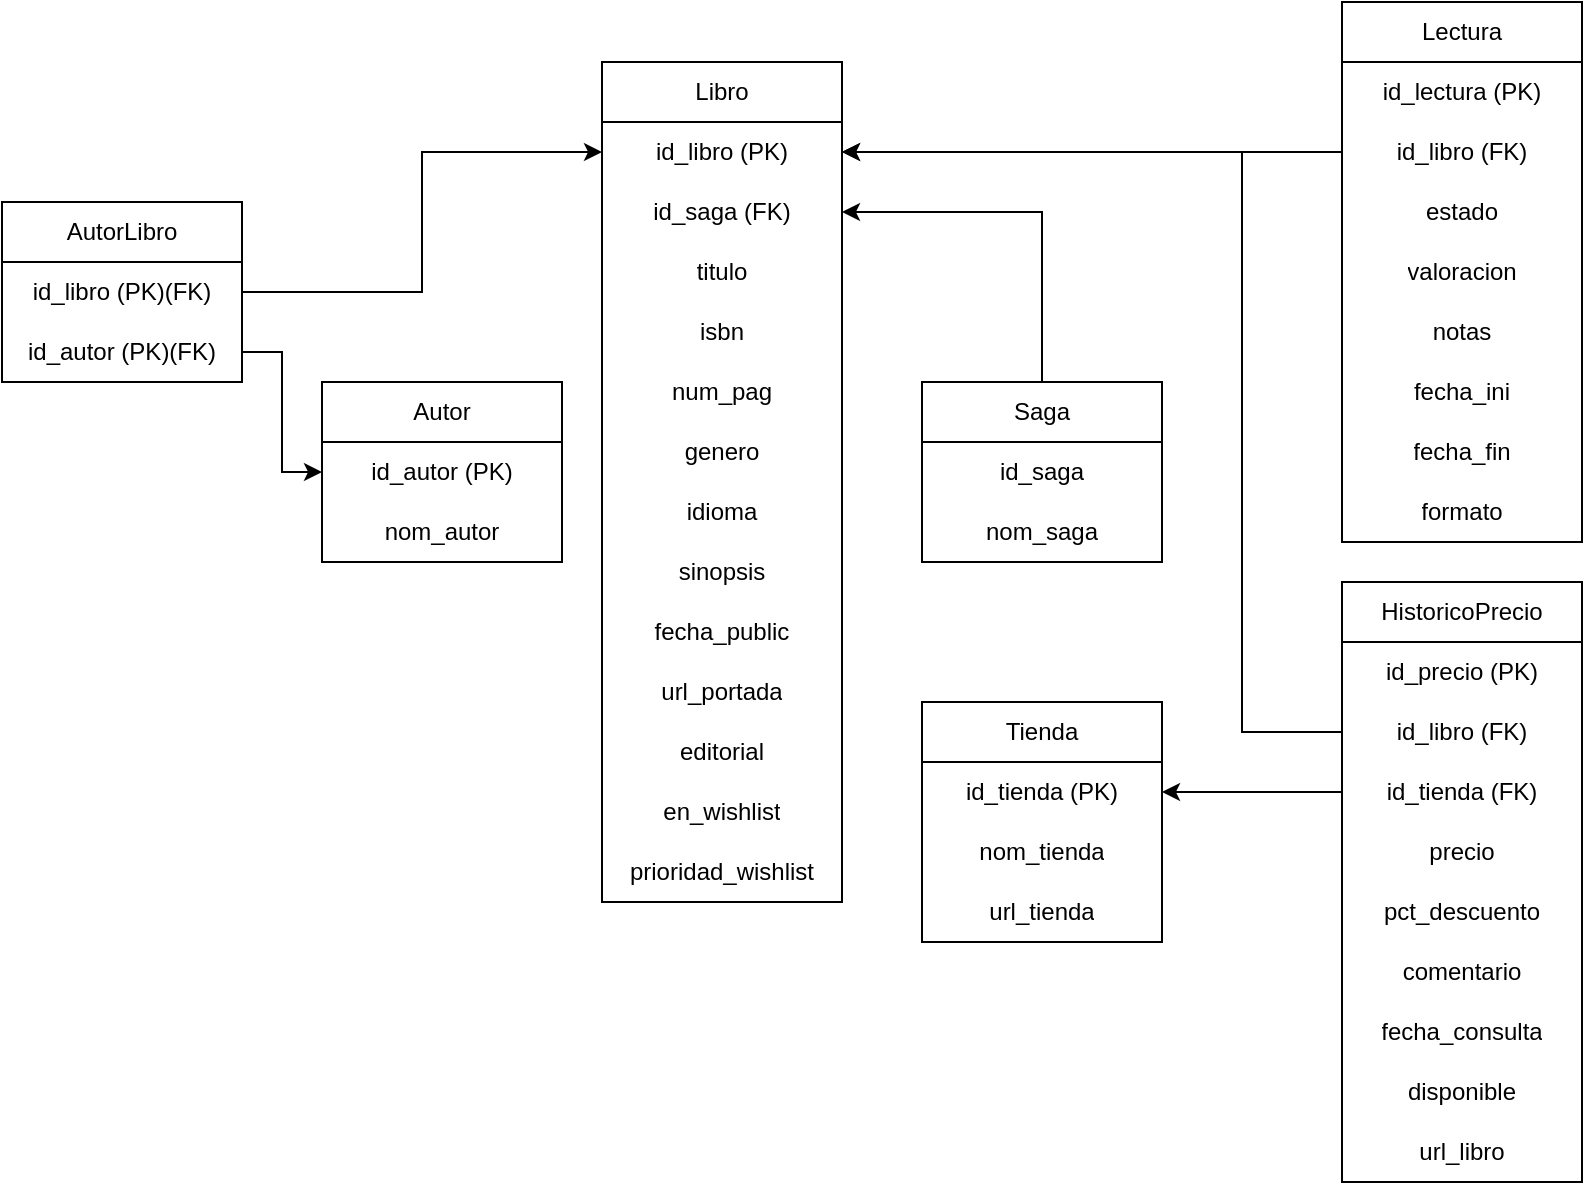
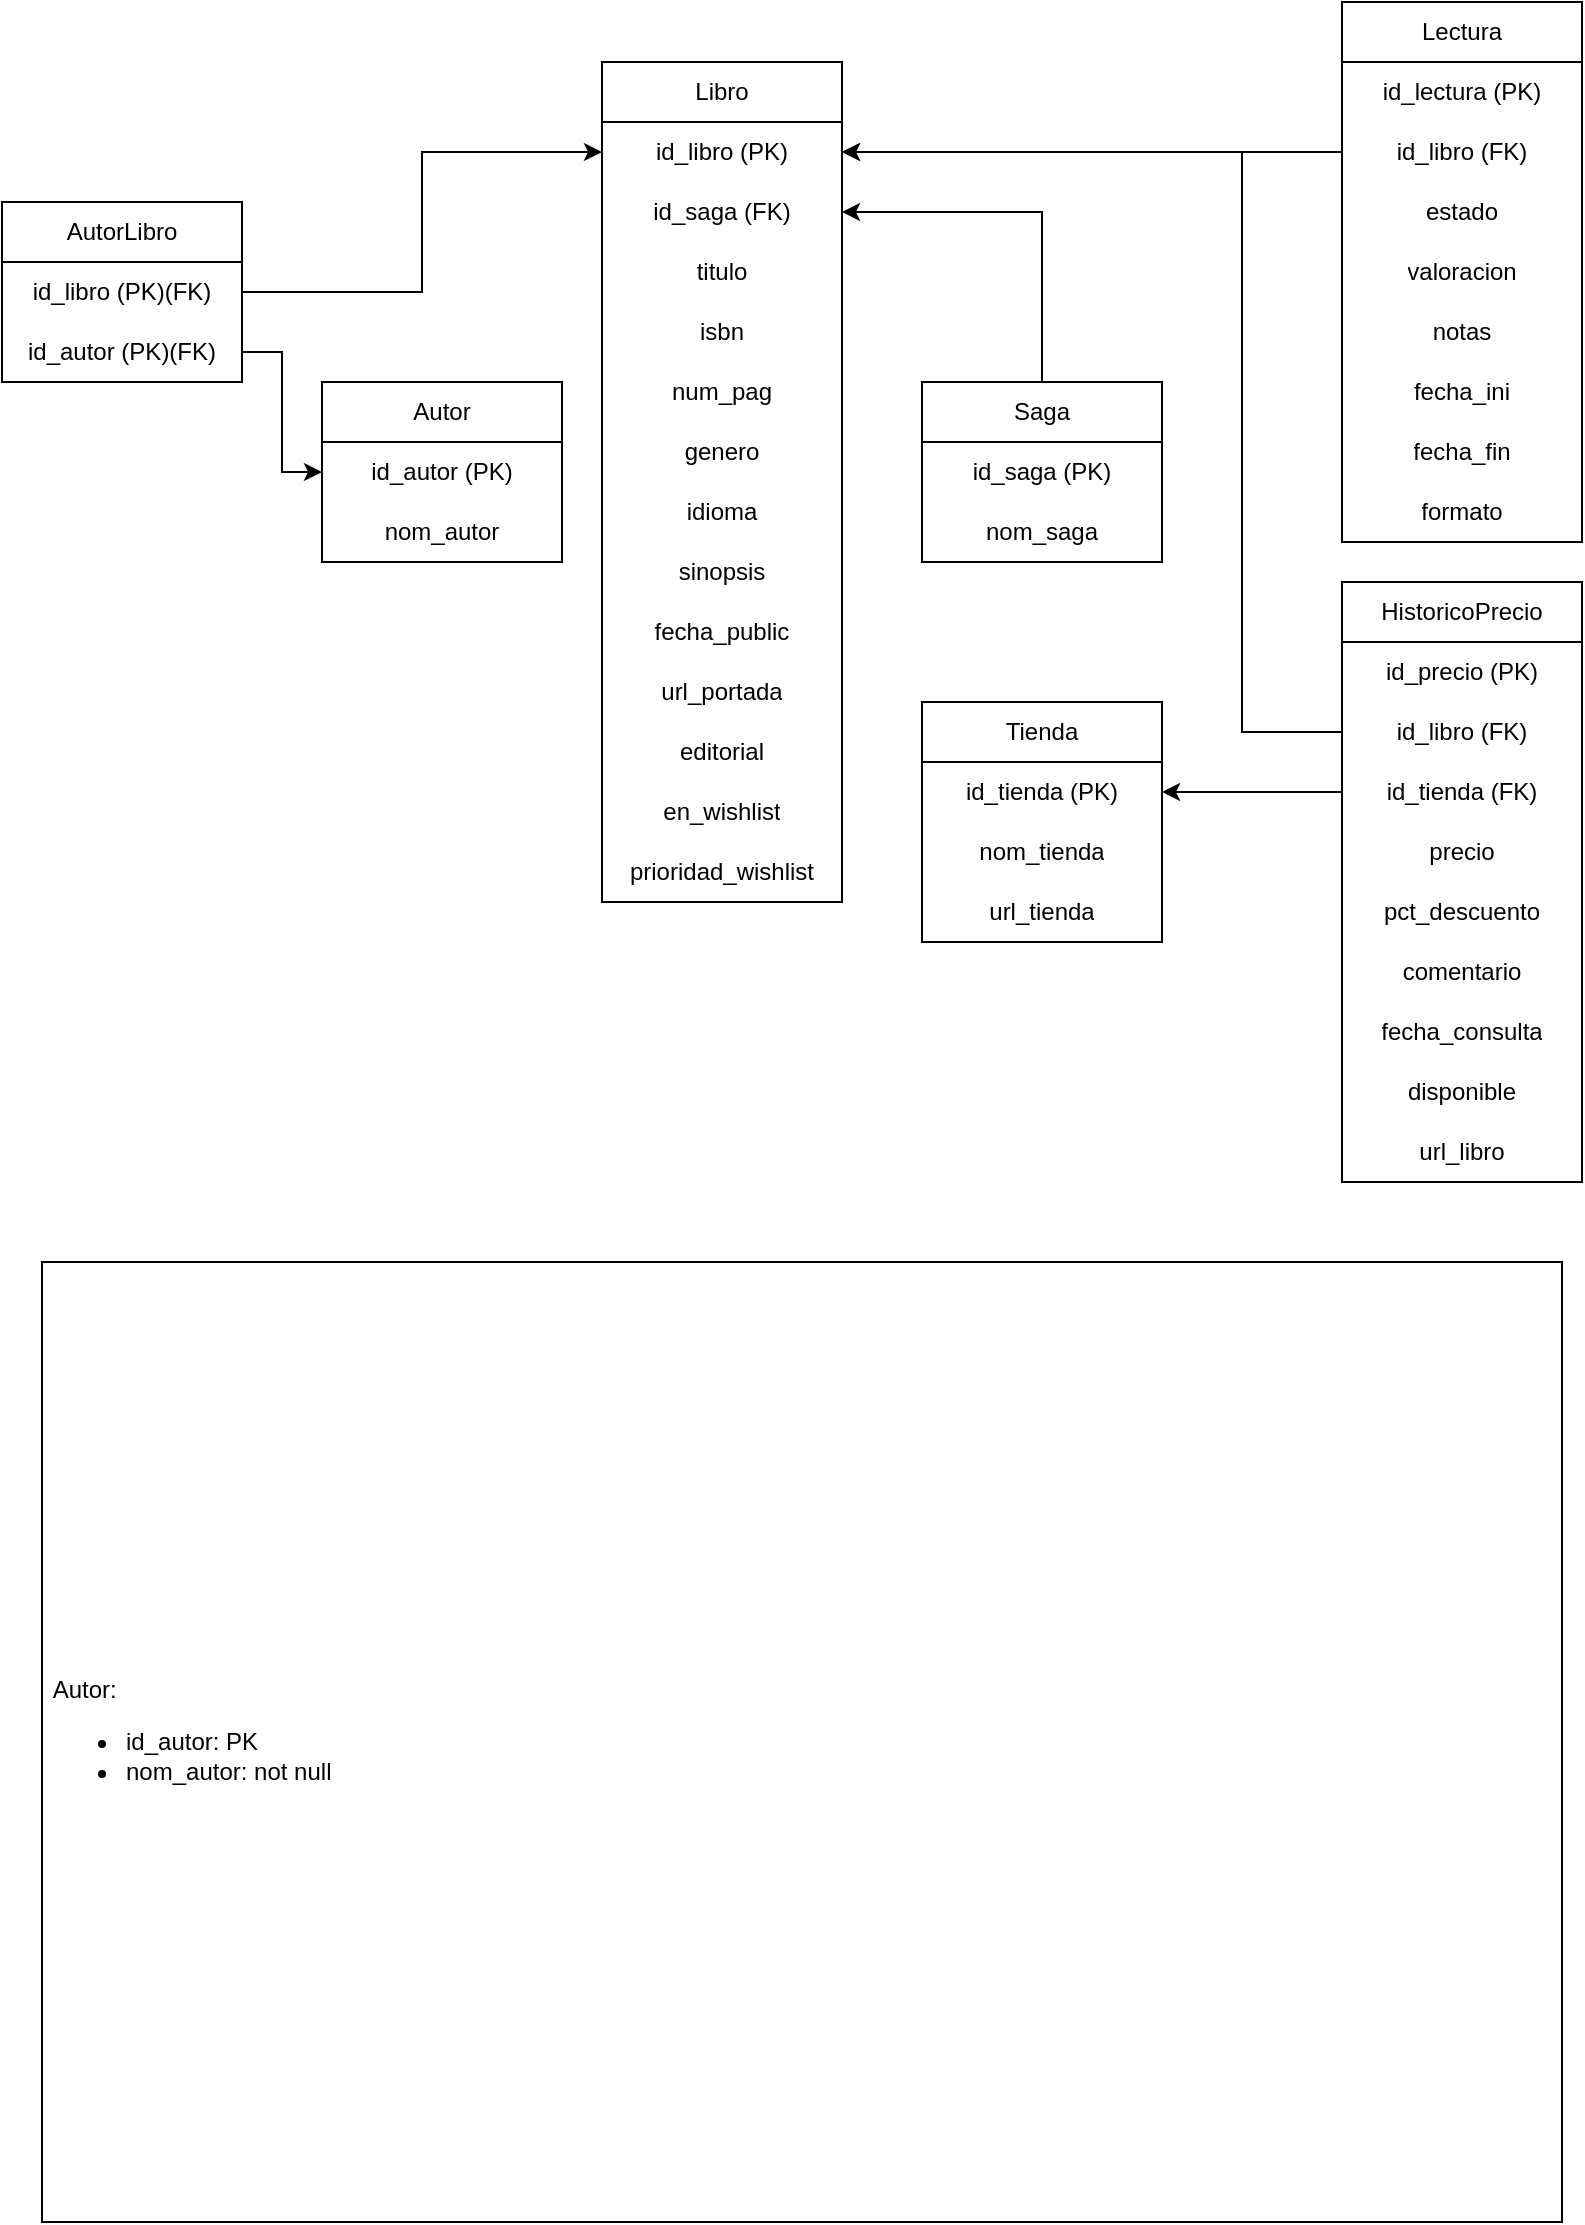
<mxfile host="app.diagrams.net">
  <diagram name="Page-1" id="43clveSkA00BWzA2pZKT">
    <mxGraphModel dx="1414" dy="777" grid="1" gridSize="10" guides="1" tooltips="1" connect="1" arrows="1" fold="1" page="1" pageScale="1" pageWidth="827" pageHeight="1169" math="0" shadow="0">
      <root>
        <mxCell id="0" />
        <mxCell id="1" parent="0" />
        <mxCell id="ughanFrk9LF8G0aV5Lb7-1" parent="1" style="swimlane;fontStyle=0;childLayout=stackLayout;horizontal=1;startSize=30;horizontalStack=0;resizeParent=1;resizeParentMax=0;resizeLast=0;collapsible=1;marginBottom=0;whiteSpace=wrap;html=1;" value="Libro" vertex="1">
          <mxGeometry height="420" width="120" x="320" y="40" as="geometry" />
        </mxCell>
        <mxCell id="ughanFrk9LF8G0aV5Lb7-6" parent="ughanFrk9LF8G0aV5Lb7-1" style="text;strokeColor=none;fillColor=none;align=center;verticalAlign=middle;spacingLeft=4;spacingRight=4;overflow=hidden;points=[[0,0.5],[1,0.5]];portConstraint=eastwest;rotatable=0;whiteSpace=wrap;html=1;" value="id_libro (PK)" vertex="1">
          <mxGeometry height="30" width="120" y="30" as="geometry" />
        </mxCell>
        <mxCell id="ughanFrk9LF8G0aV5Lb7-47" parent="ughanFrk9LF8G0aV5Lb7-1" style="text;strokeColor=none;fillColor=none;align=center;verticalAlign=middle;spacingLeft=4;spacingRight=4;overflow=hidden;points=[[0,0.5],[1,0.5]];portConstraint=eastwest;rotatable=0;whiteSpace=wrap;html=1;" value="id_saga (FK)" vertex="1">
          <mxGeometry height="30" width="120" y="60" as="geometry" />
        </mxCell>
        <mxCell id="ughanFrk9LF8G0aV5Lb7-7" parent="ughanFrk9LF8G0aV5Lb7-1" style="text;strokeColor=none;fillColor=none;align=center;verticalAlign=middle;spacingLeft=4;spacingRight=4;overflow=hidden;points=[[0,0.5],[1,0.5]];portConstraint=eastwest;rotatable=0;whiteSpace=wrap;html=1;" value="titulo" vertex="1">
          <mxGeometry height="30" width="120" y="90" as="geometry" />
        </mxCell>
        <mxCell id="ughanFrk9LF8G0aV5Lb7-8" parent="ughanFrk9LF8G0aV5Lb7-1" style="text;strokeColor=none;fillColor=none;align=center;verticalAlign=middle;spacingLeft=4;spacingRight=4;overflow=hidden;points=[[0,0.5],[1,0.5]];portConstraint=eastwest;rotatable=0;whiteSpace=wrap;html=1;" value="isbn" vertex="1">
          <mxGeometry height="30" width="120" y="120" as="geometry" />
        </mxCell>
        <mxCell id="ughanFrk9LF8G0aV5Lb7-9" parent="ughanFrk9LF8G0aV5Lb7-1" style="text;strokeColor=none;fillColor=none;align=center;verticalAlign=middle;spacingLeft=4;spacingRight=4;overflow=hidden;points=[[0,0.5],[1,0.5]];portConstraint=eastwest;rotatable=0;whiteSpace=wrap;html=1;" value="num_pag" vertex="1">
          <mxGeometry height="30" width="120" y="150" as="geometry" />
        </mxCell>
        <mxCell id="ughanFrk9LF8G0aV5Lb7-10" parent="ughanFrk9LF8G0aV5Lb7-1" style="text;strokeColor=none;fillColor=none;align=center;verticalAlign=middle;spacingLeft=4;spacingRight=4;overflow=hidden;points=[[0,0.5],[1,0.5]];portConstraint=eastwest;rotatable=0;whiteSpace=wrap;html=1;" value="genero" vertex="1">
          <mxGeometry height="30" width="120" y="180" as="geometry" />
        </mxCell>
        <mxCell id="ughanFrk9LF8G0aV5Lb7-11" parent="ughanFrk9LF8G0aV5Lb7-1" style="text;strokeColor=none;fillColor=none;align=center;verticalAlign=middle;spacingLeft=4;spacingRight=4;overflow=hidden;points=[[0,0.5],[1,0.5]];portConstraint=eastwest;rotatable=0;whiteSpace=wrap;html=1;" value="idioma" vertex="1">
          <mxGeometry height="30" width="120" y="210" as="geometry" />
        </mxCell>
        <mxCell id="ughanFrk9LF8G0aV5Lb7-12" parent="ughanFrk9LF8G0aV5Lb7-1" style="text;strokeColor=none;fillColor=none;align=center;verticalAlign=middle;spacingLeft=4;spacingRight=4;overflow=hidden;points=[[0,0.5],[1,0.5]];portConstraint=eastwest;rotatable=0;whiteSpace=wrap;html=1;" value="sinopsis" vertex="1">
          <mxGeometry height="30" width="120" y="240" as="geometry" />
        </mxCell>
        <mxCell id="ughanFrk9LF8G0aV5Lb7-13" parent="ughanFrk9LF8G0aV5Lb7-1" style="text;strokeColor=none;fillColor=none;align=center;verticalAlign=middle;spacingLeft=4;spacingRight=4;overflow=hidden;points=[[0,0.5],[1,0.5]];portConstraint=eastwest;rotatable=0;whiteSpace=wrap;html=1;" value="fecha_public" vertex="1">
          <mxGeometry height="30" width="120" y="270" as="geometry" />
        </mxCell>
        <mxCell id="ughanFrk9LF8G0aV5Lb7-14" parent="ughanFrk9LF8G0aV5Lb7-1" style="text;strokeColor=none;fillColor=none;align=center;verticalAlign=middle;spacingLeft=4;spacingRight=4;overflow=hidden;points=[[0,0.5],[1,0.5]];portConstraint=eastwest;rotatable=0;whiteSpace=wrap;html=1;" value="url_portada" vertex="1">
          <mxGeometry height="30" width="120" y="300" as="geometry" />
        </mxCell>
        <mxCell id="ughanFrk9LF8G0aV5Lb7-5" parent="ughanFrk9LF8G0aV5Lb7-1" style="text;strokeColor=none;fillColor=none;align=center;verticalAlign=middle;spacingLeft=4;spacingRight=4;overflow=hidden;points=[[0,0.5],[1,0.5]];portConstraint=eastwest;rotatable=0;whiteSpace=wrap;html=1;" value="editorial" vertex="1">
          <mxGeometry height="30" width="120" y="330" as="geometry" />
        </mxCell>
        <mxCell id="ughanFrk9LF8G0aV5Lb7-3" parent="ughanFrk9LF8G0aV5Lb7-1" style="text;strokeColor=none;fillColor=none;align=center;verticalAlign=middle;spacingLeft=4;spacingRight=4;overflow=hidden;points=[[0,0.5],[1,0.5]];portConstraint=eastwest;rotatable=0;whiteSpace=wrap;html=1;" value="en_wishlist" vertex="1">
          <mxGeometry height="30" width="120" y="360" as="geometry" />
        </mxCell>
        <mxCell id="ughanFrk9LF8G0aV5Lb7-4" parent="ughanFrk9LF8G0aV5Lb7-1" style="text;strokeColor=none;fillColor=none;align=center;verticalAlign=middle;spacingLeft=4;spacingRight=4;overflow=hidden;points=[[0,0.5],[1,0.5]];portConstraint=eastwest;rotatable=0;whiteSpace=wrap;html=1;" value="prioridad_wishlist" vertex="1">
          <mxGeometry height="30" width="120" y="390" as="geometry" />
        </mxCell>
        <mxCell id="ughanFrk9LF8G0aV5Lb7-49" edge="1" parent="1" source="ughanFrk9LF8G0aV5Lb7-15" style="edgeStyle=orthogonalEdgeStyle;rounded=0;orthogonalLoop=1;jettySize=auto;html=1;" target="ughanFrk9LF8G0aV5Lb7-47">
          <mxGeometry relative="1" as="geometry" />
        </mxCell>
        <mxCell id="ughanFrk9LF8G0aV5Lb7-15" parent="1" style="swimlane;fontStyle=0;childLayout=stackLayout;horizontal=1;startSize=30;horizontalStack=0;resizeParent=1;resizeParentMax=0;resizeLast=0;collapsible=1;marginBottom=0;whiteSpace=wrap;html=1;" value="Saga" vertex="1">
          <mxGeometry height="90" width="120" x="480" y="200" as="geometry" />
        </mxCell>
-         <mxCell id="ughanFrk9LF8G0aV5Lb7-16" parent="ughanFrk9LF8G0aV5Lb7-15" style="text;strokeColor=none;fillColor=none;align=center;verticalAlign=middle;spacingLeft=4;spacingRight=4;overflow=hidden;points=[[0,0.5],[1,0.5]];portConstraint=eastwest;rotatable=0;whiteSpace=wrap;html=1;" value="id_saga" vertex="1">
+         <mxCell id="ughanFrk9LF8G0aV5Lb7-16" parent="ughanFrk9LF8G0aV5Lb7-15" style="text;strokeColor=none;fillColor=none;align=center;verticalAlign=middle;spacingLeft=4;spacingRight=4;overflow=hidden;points=[[0,0.5],[1,0.5]];portConstraint=eastwest;rotatable=0;whiteSpace=wrap;html=1;" value="id_saga (PK)" vertex="1">
          <mxGeometry height="30" width="120" y="30" as="geometry" />
        </mxCell>
        <mxCell id="ughanFrk9LF8G0aV5Lb7-17" parent="ughanFrk9LF8G0aV5Lb7-15" style="text;strokeColor=none;fillColor=none;align=center;verticalAlign=middle;spacingLeft=4;spacingRight=4;overflow=hidden;points=[[0,0.5],[1,0.5]];portConstraint=eastwest;rotatable=0;whiteSpace=wrap;html=1;" value="nom_saga" vertex="1">
          <mxGeometry height="30" width="120" y="60" as="geometry" />
        </mxCell>
        <mxCell id="ughanFrk9LF8G0aV5Lb7-21" parent="1" style="swimlane;fontStyle=0;childLayout=stackLayout;horizontal=1;startSize=30;horizontalStack=0;resizeParent=1;resizeParentMax=0;resizeLast=0;collapsible=1;marginBottom=0;whiteSpace=wrap;html=1;" value="Autor" vertex="1">
          <mxGeometry height="90" width="120" x="180" y="200" as="geometry" />
        </mxCell>
        <mxCell id="ughanFrk9LF8G0aV5Lb7-22" parent="ughanFrk9LF8G0aV5Lb7-21" style="text;strokeColor=none;fillColor=none;align=center;verticalAlign=middle;spacingLeft=4;spacingRight=4;overflow=hidden;points=[[0,0.5],[1,0.5]];portConstraint=eastwest;rotatable=0;whiteSpace=wrap;html=1;" value="id_autor (PK)" vertex="1">
          <mxGeometry height="30" width="120" y="30" as="geometry" />
        </mxCell>
        <mxCell id="ughanFrk9LF8G0aV5Lb7-23" parent="ughanFrk9LF8G0aV5Lb7-21" style="text;strokeColor=none;fillColor=none;align=center;verticalAlign=middle;spacingLeft=4;spacingRight=4;overflow=hidden;points=[[0,0.5],[1,0.5]];portConstraint=eastwest;rotatable=0;whiteSpace=wrap;html=1;" value="nom_autor" vertex="1">
          <mxGeometry height="30" width="120" y="60" as="geometry" />
        </mxCell>
        <mxCell id="ughanFrk9LF8G0aV5Lb7-24" parent="1" style="swimlane;fontStyle=0;childLayout=stackLayout;horizontal=1;startSize=30;horizontalStack=0;resizeParent=1;resizeParentMax=0;resizeLast=0;collapsible=1;marginBottom=0;whiteSpace=wrap;html=1;" value="Lectura" vertex="1">
          <mxGeometry height="270" width="120" x="690" y="10" as="geometry" />
        </mxCell>
        <mxCell id="ughanFrk9LF8G0aV5Lb7-25" parent="ughanFrk9LF8G0aV5Lb7-24" style="text;strokeColor=none;fillColor=none;align=center;verticalAlign=middle;spacingLeft=4;spacingRight=4;overflow=hidden;points=[[0,0.5],[1,0.5]];portConstraint=eastwest;rotatable=0;whiteSpace=wrap;html=1;" value="id_lectura (PK)" vertex="1">
          <mxGeometry height="30" width="120" y="30" as="geometry" />
        </mxCell>
        <mxCell id="ughanFrk9LF8G0aV5Lb7-52" parent="ughanFrk9LF8G0aV5Lb7-24" style="text;strokeColor=none;fillColor=none;align=center;verticalAlign=middle;spacingLeft=4;spacingRight=4;overflow=hidden;points=[[0,0.5],[1,0.5]];portConstraint=eastwest;rotatable=0;whiteSpace=wrap;html=1;" value="id_libro (FK)" vertex="1">
          <mxGeometry height="30" width="120" y="60" as="geometry" />
        </mxCell>
        <mxCell id="ughanFrk9LF8G0aV5Lb7-69" parent="ughanFrk9LF8G0aV5Lb7-24" style="text;strokeColor=none;fillColor=none;align=center;verticalAlign=middle;spacingLeft=4;spacingRight=4;overflow=hidden;points=[[0,0.5],[1,0.5]];portConstraint=eastwest;rotatable=0;whiteSpace=wrap;html=1;" value="estado" vertex="1">
          <mxGeometry height="30" width="120" y="90" as="geometry" />
        </mxCell>
        <mxCell id="ughanFrk9LF8G0aV5Lb7-26" parent="ughanFrk9LF8G0aV5Lb7-24" style="text;strokeColor=none;fillColor=none;align=center;verticalAlign=middle;spacingLeft=4;spacingRight=4;overflow=hidden;points=[[0,0.5],[1,0.5]];portConstraint=eastwest;rotatable=0;whiteSpace=wrap;html=1;" value="valoracion" vertex="1">
          <mxGeometry height="30" width="120" y="120" as="geometry" />
        </mxCell>
        <mxCell id="ughanFrk9LF8G0aV5Lb7-30" parent="ughanFrk9LF8G0aV5Lb7-24" style="text;strokeColor=none;fillColor=none;align=center;verticalAlign=middle;spacingLeft=4;spacingRight=4;overflow=hidden;points=[[0,0.5],[1,0.5]];portConstraint=eastwest;rotatable=0;whiteSpace=wrap;html=1;" value="notas" vertex="1">
          <mxGeometry height="30" width="120" y="150" as="geometry" />
        </mxCell>
        <mxCell id="ughanFrk9LF8G0aV5Lb7-29" parent="ughanFrk9LF8G0aV5Lb7-24" style="text;strokeColor=none;fillColor=none;align=center;verticalAlign=middle;spacingLeft=4;spacingRight=4;overflow=hidden;points=[[0,0.5],[1,0.5]];portConstraint=eastwest;rotatable=0;whiteSpace=wrap;html=1;" value="fecha_ini" vertex="1">
          <mxGeometry height="30" width="120" y="180" as="geometry" />
        </mxCell>
        <mxCell id="ughanFrk9LF8G0aV5Lb7-28" parent="ughanFrk9LF8G0aV5Lb7-24" style="text;strokeColor=none;fillColor=none;align=center;verticalAlign=middle;spacingLeft=4;spacingRight=4;overflow=hidden;points=[[0,0.5],[1,0.5]];portConstraint=eastwest;rotatable=0;whiteSpace=wrap;html=1;" value="fecha_fin" vertex="1">
          <mxGeometry height="30" width="120" y="210" as="geometry" />
        </mxCell>
        <mxCell id="ughanFrk9LF8G0aV5Lb7-27" parent="ughanFrk9LF8G0aV5Lb7-24" style="text;strokeColor=none;fillColor=none;align=center;verticalAlign=middle;spacingLeft=4;spacingRight=4;overflow=hidden;points=[[0,0.5],[1,0.5]];portConstraint=eastwest;rotatable=0;whiteSpace=wrap;html=1;" value="formato" vertex="1">
          <mxGeometry height="30" width="120" y="240" as="geometry" />
        </mxCell>
        <mxCell id="ughanFrk9LF8G0aV5Lb7-35" parent="1" style="swimlane;fontStyle=0;childLayout=stackLayout;horizontal=1;startSize=30;horizontalStack=0;resizeParent=1;resizeParentMax=0;resizeLast=0;collapsible=1;marginBottom=0;whiteSpace=wrap;html=1;" value="Tienda" vertex="1">
          <mxGeometry height="120" width="120" x="480" y="360" as="geometry" />
        </mxCell>
        <mxCell id="ughanFrk9LF8G0aV5Lb7-36" parent="ughanFrk9LF8G0aV5Lb7-35" style="text;strokeColor=none;fillColor=none;align=center;verticalAlign=middle;spacingLeft=4;spacingRight=4;overflow=hidden;points=[[0,0.5],[1,0.5]];portConstraint=eastwest;rotatable=0;whiteSpace=wrap;html=1;" value="id_tienda (PK)" vertex="1">
          <mxGeometry height="30" width="120" y="30" as="geometry" />
        </mxCell>
        <mxCell id="ughanFrk9LF8G0aV5Lb7-37" parent="ughanFrk9LF8G0aV5Lb7-35" style="text;strokeColor=none;fillColor=none;align=center;verticalAlign=middle;spacingLeft=4;spacingRight=4;overflow=hidden;points=[[0,0.5],[1,0.5]];portConstraint=eastwest;rotatable=0;whiteSpace=wrap;html=1;" value="nom_tienda" vertex="1">
          <mxGeometry height="30" width="120" y="60" as="geometry" />
        </mxCell>
        <mxCell id="ughanFrk9LF8G0aV5Lb7-38" parent="ughanFrk9LF8G0aV5Lb7-35" style="text;strokeColor=none;fillColor=none;align=center;verticalAlign=middle;spacingLeft=4;spacingRight=4;overflow=hidden;points=[[0,0.5],[1,0.5]];portConstraint=eastwest;rotatable=0;whiteSpace=wrap;html=1;" value="url_tienda" vertex="1">
          <mxGeometry height="30" width="120" y="90" as="geometry" />
        </mxCell>
        <mxCell id="ughanFrk9LF8G0aV5Lb7-39" parent="1" style="swimlane;fontStyle=0;childLayout=stackLayout;horizontal=1;startSize=30;horizontalStack=0;resizeParent=1;resizeParentMax=0;resizeLast=0;collapsible=1;marginBottom=0;whiteSpace=wrap;html=1;" value="HistoricoPrecio" vertex="1">
          <mxGeometry height="300" width="120" x="690" y="300" as="geometry" />
        </mxCell>
        <mxCell id="ughanFrk9LF8G0aV5Lb7-40" parent="ughanFrk9LF8G0aV5Lb7-39" style="text;strokeColor=none;fillColor=none;align=center;verticalAlign=middle;spacingLeft=4;spacingRight=4;overflow=hidden;points=[[0,0.5],[1,0.5]];portConstraint=eastwest;rotatable=0;whiteSpace=wrap;html=1;" value="id_precio (PK)" vertex="1">
          <mxGeometry height="30" width="120" y="30" as="geometry" />
        </mxCell>
        <mxCell id="ughanFrk9LF8G0aV5Lb7-63" parent="ughanFrk9LF8G0aV5Lb7-39" style="text;strokeColor=none;fillColor=none;align=center;verticalAlign=middle;spacingLeft=4;spacingRight=4;overflow=hidden;points=[[0,0.5],[1,0.5]];portConstraint=eastwest;rotatable=0;whiteSpace=wrap;html=1;" value="id_libro (FK)" vertex="1">
          <mxGeometry height="30" width="120" y="60" as="geometry" />
        </mxCell>
        <mxCell id="ughanFrk9LF8G0aV5Lb7-67" parent="ughanFrk9LF8G0aV5Lb7-39" style="text;strokeColor=none;fillColor=none;align=center;verticalAlign=middle;spacingLeft=4;spacingRight=4;overflow=hidden;points=[[0,0.5],[1,0.5]];portConstraint=eastwest;rotatable=0;whiteSpace=wrap;html=1;" value="id_tienda (FK)" vertex="1">
          <mxGeometry height="30" width="120" y="90" as="geometry" />
        </mxCell>
        <mxCell id="ughanFrk9LF8G0aV5Lb7-41" parent="ughanFrk9LF8G0aV5Lb7-39" style="text;strokeColor=none;fillColor=none;align=center;verticalAlign=middle;spacingLeft=4;spacingRight=4;overflow=hidden;points=[[0,0.5],[1,0.5]];portConstraint=eastwest;rotatable=0;whiteSpace=wrap;html=1;" value="precio" vertex="1">
          <mxGeometry height="30" width="120" y="120" as="geometry" />
        </mxCell>
        <mxCell id="ughanFrk9LF8G0aV5Lb7-42" parent="ughanFrk9LF8G0aV5Lb7-39" style="text;strokeColor=none;fillColor=none;align=center;verticalAlign=middle;spacingLeft=4;spacingRight=4;overflow=hidden;points=[[0,0.5],[1,0.5]];portConstraint=eastwest;rotatable=0;whiteSpace=wrap;html=1;" value="pct_descuento" vertex="1">
          <mxGeometry height="30" width="120" y="150" as="geometry" />
        </mxCell>
        <mxCell id="ughanFrk9LF8G0aV5Lb7-43" parent="ughanFrk9LF8G0aV5Lb7-39" style="text;strokeColor=none;fillColor=none;align=center;verticalAlign=middle;spacingLeft=4;spacingRight=4;overflow=hidden;points=[[0,0.5],[1,0.5]];portConstraint=eastwest;rotatable=0;whiteSpace=wrap;html=1;" value="comentario" vertex="1">
          <mxGeometry height="30" width="120" y="180" as="geometry" />
        </mxCell>
        <mxCell id="ughanFrk9LF8G0aV5Lb7-44" parent="ughanFrk9LF8G0aV5Lb7-39" style="text;strokeColor=none;fillColor=none;align=center;verticalAlign=middle;spacingLeft=4;spacingRight=4;overflow=hidden;points=[[0,0.5],[1,0.5]];portConstraint=eastwest;rotatable=0;whiteSpace=wrap;html=1;" value="fecha_consulta" vertex="1">
          <mxGeometry height="30" width="120" y="210" as="geometry" />
        </mxCell>
        <mxCell id="ughanFrk9LF8G0aV5Lb7-45" parent="ughanFrk9LF8G0aV5Lb7-39" style="text;strokeColor=none;fillColor=none;align=center;verticalAlign=middle;spacingLeft=4;spacingRight=4;overflow=hidden;points=[[0,0.5],[1,0.5]];portConstraint=eastwest;rotatable=0;whiteSpace=wrap;html=1;" value="disponible" vertex="1">
          <mxGeometry height="30" width="120" y="240" as="geometry" />
        </mxCell>
        <mxCell id="ughanFrk9LF8G0aV5Lb7-46" parent="ughanFrk9LF8G0aV5Lb7-39" style="text;strokeColor=none;fillColor=none;align=center;verticalAlign=middle;spacingLeft=4;spacingRight=4;overflow=hidden;points=[[0,0.5],[1,0.5]];portConstraint=eastwest;rotatable=0;whiteSpace=wrap;html=1;" value="url_libro" vertex="1">
          <mxGeometry height="30" width="120" y="270" as="geometry" />
        </mxCell>
        <mxCell id="ughanFrk9LF8G0aV5Lb7-58" parent="1" style="swimlane;fontStyle=0;childLayout=stackLayout;horizontal=1;startSize=30;horizontalStack=0;resizeParent=1;resizeParentMax=0;resizeLast=0;collapsible=1;marginBottom=0;whiteSpace=wrap;html=1;" value="AutorLibro" vertex="1">
          <mxGeometry height="90" width="120" x="20" y="110" as="geometry" />
        </mxCell>
        <mxCell id="ughanFrk9LF8G0aV5Lb7-60" parent="ughanFrk9LF8G0aV5Lb7-58" style="text;strokeColor=none;fillColor=none;align=center;verticalAlign=middle;spacingLeft=4;spacingRight=4;overflow=hidden;points=[[0,0.5],[1,0.5]];portConstraint=eastwest;rotatable=0;whiteSpace=wrap;html=1;" value="id_libro (PK)(FK)" vertex="1">
          <mxGeometry height="30" width="120" y="30" as="geometry" />
        </mxCell>
        <mxCell id="ughanFrk9LF8G0aV5Lb7-59" parent="ughanFrk9LF8G0aV5Lb7-58" style="text;strokeColor=none;fillColor=none;align=center;verticalAlign=middle;spacingLeft=4;spacingRight=4;overflow=hidden;points=[[0,0.5],[1,0.5]];portConstraint=eastwest;rotatable=0;whiteSpace=wrap;html=1;" value="id_autor (PK)(FK)" vertex="1">
          <mxGeometry height="30" width="120" y="60" as="geometry" />
        </mxCell>
        <mxCell id="ughanFrk9LF8G0aV5Lb7-61" edge="1" parent="1" source="ughanFrk9LF8G0aV5Lb7-59" style="edgeStyle=orthogonalEdgeStyle;rounded=0;orthogonalLoop=1;jettySize=auto;html=1;" target="ughanFrk9LF8G0aV5Lb7-22">
          <mxGeometry relative="1" as="geometry" />
        </mxCell>
        <mxCell id="ughanFrk9LF8G0aV5Lb7-62" edge="1" parent="1" source="ughanFrk9LF8G0aV5Lb7-60" style="edgeStyle=orthogonalEdgeStyle;rounded=0;orthogonalLoop=1;jettySize=auto;html=1;" target="ughanFrk9LF8G0aV5Lb7-6">
          <mxGeometry relative="1" as="geometry" />
        </mxCell>
        <mxCell id="ughanFrk9LF8G0aV5Lb7-64" edge="1" parent="1" source="ughanFrk9LF8G0aV5Lb7-63" style="edgeStyle=orthogonalEdgeStyle;rounded=0;orthogonalLoop=1;jettySize=auto;html=1;" target="ughanFrk9LF8G0aV5Lb7-6">
          <mxGeometry relative="1" as="geometry">
            <Array as="points">
              <mxPoint x="640" y="375" />
              <mxPoint x="640" y="85" />
            </Array>
          </mxGeometry>
        </mxCell>
        <mxCell id="ughanFrk9LF8G0aV5Lb7-65" edge="1" parent="1" source="ughanFrk9LF8G0aV5Lb7-52" style="edgeStyle=orthogonalEdgeStyle;rounded=0;orthogonalLoop=1;jettySize=auto;html=1;" target="ughanFrk9LF8G0aV5Lb7-6">
          <mxGeometry relative="1" as="geometry" />
        </mxCell>
        <mxCell id="ughanFrk9LF8G0aV5Lb7-68" edge="1" parent="1" source="ughanFrk9LF8G0aV5Lb7-67" style="edgeStyle=orthogonalEdgeStyle;rounded=0;orthogonalLoop=1;jettySize=auto;html=1;" target="ughanFrk9LF8G0aV5Lb7-36">
          <mxGeometry relative="1" as="geometry" />
        </mxCell>
+         <mxCell id="OIEvG7NVfLPwp1SH0FSh-1" parent="1" style="rounded=0;whiteSpace=wrap;html=1;align=left;" value="&amp;nbsp;Autor:&lt;div&gt;&lt;ul&gt;&lt;li&gt;id_autor: PK&lt;/li&gt;&lt;li&gt;nom_autor: not null&lt;/li&gt;&lt;/ul&gt;&lt;/div&gt;" vertex="1">
+           <mxGeometry height="480" width="760" x="40" y="640" as="geometry" />
+         </mxCell>
      </root>
    </mxGraphModel>
  </diagram>
</mxfile>
